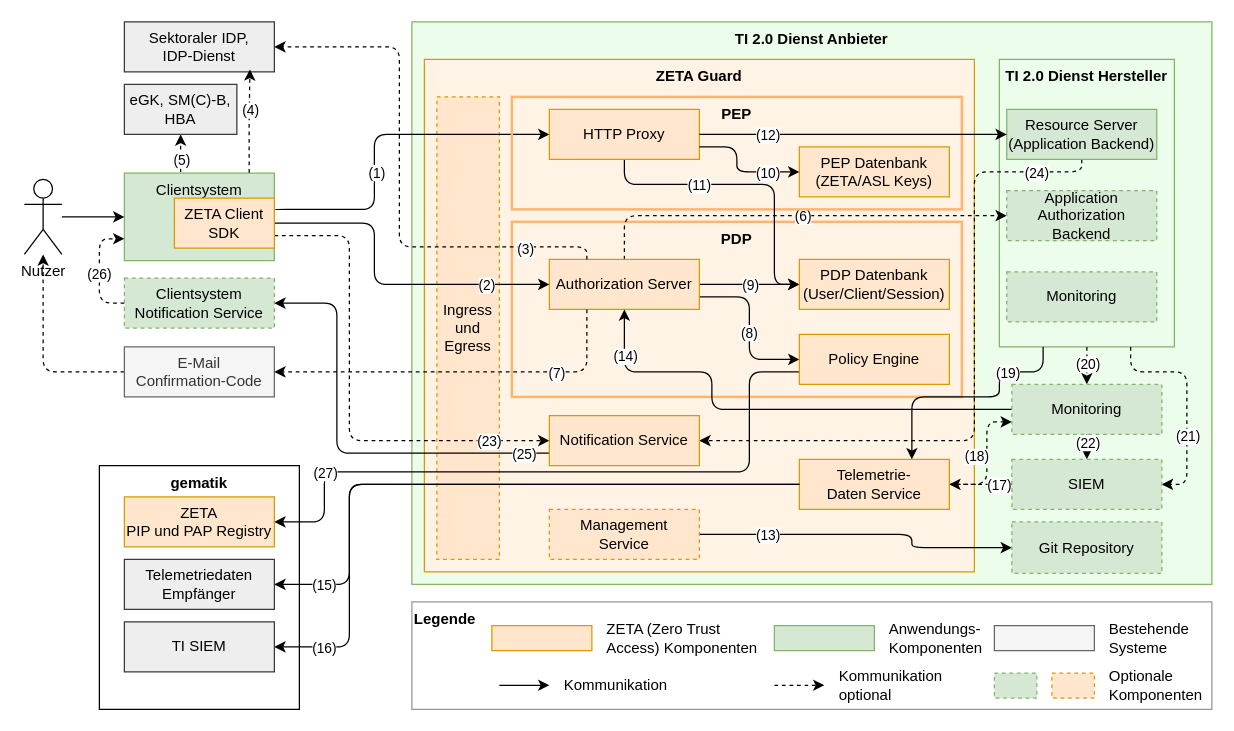
gematik/zeta keeps this draw.io diagram as src/drawio/Zero-Trust-Architektur.drawio. Above is the earlier version. Source tidied: cells renumbered, new cells numbered last; positions are measured from the earlier drawing's top-left corner, leaving out a move shared by most shapes. Both pictures are drawn from the tidied source at 125%, with x=0, y=0 at pixel (24, 21).
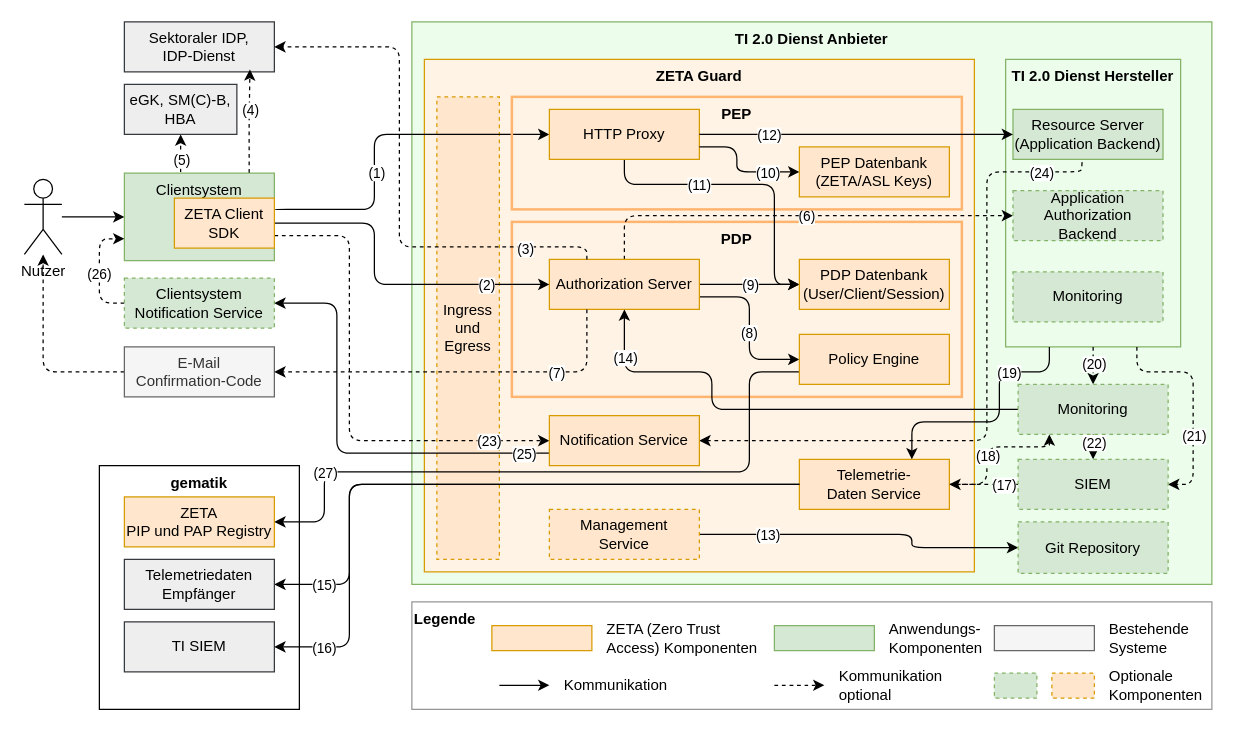
Above is the later version.

Commit message:
chore: Adjust dimensions and positions in Zero-Trust architecture diagram for improved layout

The change refers to these unchanged cells:
```xml
<mxCell id="28" value="Telemetrie-Daten&amp;nbsp;&lt;span style=&quot;background-color: initial;&quot;&gt;Service&lt;/span&gt;" style="rounded=0;whiteSpace=wrap;html=1;fillColor=#ffe6cc;strokeColor=#d79b00;" parent="1" vertex="1">
  <mxGeometry x="620" y="350" width="120" height="40" as="geometry" />
</mxCell>
<mxCell id="53" style="edgeStyle=orthogonalEdgeStyle;rounded=1;jettySize=auto;html=1;entryX=1;entryY=0.5;entryDx=0;entryDy=0;dashed=1;curved=0;exitX=0;exitY=0.5;exitDx=0;exitDy=0;startArrow=none;startFill=0;" parent="1" edge="1" source="92" target="28">
  <mxGeometry relative="1" as="geometry">
    <Array as="points">
      <mxPoint x="780" y="370" />
      <mxPoint x="780" y="370" />
    </Array>
  </mxGeometry>
</mxCell>
<mxCell id="95" value="&lt;div&gt;Notification Service&lt;/div&gt;" style="rounded=0;whiteSpace=wrap;html=1;fillColor=#ffe6cc;strokeColor=#d79b00;" parent="1" vertex="1">
  <mxGeometry x="420" y="315" width="120" height="40" as="geometry" />
</mxCell>
```

The edit, as a diff of the source:
```diff
@@
     <mxCell id="3" value="&lt;b&gt;TI 2.0 Dienst Hersteller&lt;/b&gt;" style="rounded=0;whiteSpace=wrap;html=1;fillColor=#edfdec;strokeColor=#82b366;align=center;verticalAlign=top;" parent="1" vertex="1">
-      <mxGeometry x="780" y="30" width="140" height="230" as="geometry" />
+      <mxGeometry x="785" y="30" width="140" height="230" as="geometry" />
     </mxCell>
@@
     <mxCell id="19" style="edgeStyle=orthogonalEdgeStyle;rounded=1;jettySize=auto;html=1;entryX=1;entryY=0.5;entryDx=0;entryDy=0;curved=0;exitX=0.75;exitY=1;exitDx=0;exitDy=0;dashed=1;" parent="1" edge="1" source="3" target="92">
       <mxGeometry relative="1" as="geometry">
         <Array as="points">
-          <mxPoint x="885" y="280" />
-          <mxPoint x="930" y="280" />
-          <mxPoint x="930" y="370" />
+          <mxPoint x="890" y="280" />
+          <mxPoint x="935" y="280" />
+          <mxPoint x="935" y="370" />
         </Array>
       </mxGeometry>
     </mxCell>
@@
     <mxCell id="21" style="edgeStyle=orthogonalEdgeStyle;rounded=1;jettySize=auto;html=1;entryX=1;entryY=0.5;entryDx=0;entryDy=0;exitX=0.5;exitY=1;exitDx=0;exitDy=0;curved=0;dashed=1;" parent="1" edge="1" source="23" target="95">
       <mxGeometry relative="1" as="geometry">
         <Array as="points">
+          <mxPoint x="846" y="110" />
           <mxPoint x="846" y="120" />
-          <mxPoint x="760" y="120" />
-          <mxPoint x="760" y="335" />
+          <mxPoint x="770" y="120" />
+          <mxPoint x="770" y="335" />
         </Array>
       </mxGeometry>
     </mxCell>
@@
     <mxCell id="23" value="&lt;div&gt;Resource Server&lt;/div&gt;&lt;div&gt;(Application Backend)&lt;/div&gt;" style="rounded=0;whiteSpace=wrap;html=1;fillColor=#d5e8d4;strokeColor=#82b366;" parent="1" vertex="1">
-      <mxGeometry x="785.9" y="70" width="120" height="40" as="geometry" />
+      <mxGeometry x="790.9" y="70" width="120" height="40" as="geometry" />
     </mxCell>
@@
     <mxCell id="26" value="&lt;div&gt;Application Authorization Backend&lt;/div&gt;" style="rounded=0;whiteSpace=wrap;html=1;fillColor=#d5e8d4;strokeColor=#82b366;dashed=1;" parent="1" vertex="1">
-      <mxGeometry x="785.9" y="135" width="120" height="40" as="geometry" />
+      <mxGeometry x="790.9" y="135" width="120" height="40" as="geometry" />
     </mxCell>
-    <mxCell id="27" style="edgeStyle=orthogonalEdgeStyle;rounded=1;jettySize=auto;html=1;startArrow=none;startFill=0;entryX=0;entryY=0.75;entryDx=0;entryDy=0;curved=0;exitX=1;exitY=0.5;exitDx=0;exitDy=0;dashed=1;" parent="1" edge="1" source="28" target="34">
+    <mxCell id="27" style="edgeStyle=orthogonalEdgeStyle;rounded=1;jettySize=auto;html=1;startArrow=none;startFill=0;entryX=0.208;entryY=1;entryDx=0;entryDy=0;curved=0;exitX=1;exitY=0.5;exitDx=0;exitDy=0;dashed=1;entryPerimeter=0;" parent="1" edge="1" source="28" target="34">
       <mxGeometry relative="1" as="geometry">
         <Array as="points">
           <mxPoint x="770" y="370" />
-          <mxPoint x="770" y="320" />
+          <mxPoint x="770" y="340" />
+          <mxPoint x="820" y="340" />
         </Array>
       </mxGeometry>
     </mxCell>
@@
     <mxCell id="34" value="&lt;div&gt;Monitoring&lt;/div&gt;" style="rounded=0;whiteSpace=wrap;html=1;fillColor=#d5e8d4;strokeColor=#82b366;dashed=1;" parent="1" vertex="1">
-      <mxGeometry x="790" y="290" width="120" height="40" as="geometry" />
+      <mxGeometry x="795" y="290" width="120" height="40" as="geometry" />
     </mxCell>
@@
     <mxCell id="54" value="(18)" style="edgeLabel;html=1;align=center;verticalAlign=middle;" parent="53" vertex="1">
       <mxGeometry x="0.2" y="1" relative="1" as="geometry">
-        <mxPoint x="1" y="-24" as="offset" />
+        <mxPoint x="8" y="-24" as="offset" />
       </mxGeometry>
     </mxCell>
@@
     <mxCell id="61" value="Git&amp;nbsp;&lt;span style=&quot;background-color: initial;&quot;&gt;Repository&lt;/span&gt;" style="rounded=0;whiteSpace=wrap;html=1;fillColor=#d5e8d4;strokeColor=#82b366;dashed=1;" parent="1" vertex="1">
-      <mxGeometry x="790" y="400" width="120" height="41.2" as="geometry" />
+      <mxGeometry x="795" y="400" width="120" height="41.2" as="geometry" />
     </mxCell>
@@
     <mxCell id="92" value="&lt;div&gt;SIEM&lt;/div&gt;" style="rounded=0;whiteSpace=wrap;html=1;fillColor=#d5e8d4;strokeColor=#82b366;dashed=1;" parent="1" vertex="1">
-      <mxGeometry x="790" y="350" width="120" height="40" as="geometry" />
+      <mxGeometry x="795" y="350" width="120" height="40" as="geometry" />
     </mxCell>
@@
     <mxCell id="99" style="edgeStyle=orthogonalEdgeStyle;rounded=1;jettySize=auto;html=1;entryX=0.75;entryY=0;entryDx=0;entryDy=0;curved=0;exitX=0.25;exitY=1;exitDx=0;exitDy=0;" parent="1" edge="1" source="3" target="28">
       <mxGeometry relative="1" as="geometry">
         <Array as="points">
-          <mxPoint x="815" y="280" />
+          <mxPoint x="820" y="280" />
           <mxPoint x="780" y="280" />
-          <mxPoint x="780" y="300" />
-          <mxPoint x="710" y="300" />
+          <mxPoint x="780" y="320" />
+          <mxPoint x="710" y="320" />
         </Array>
       </mxGeometry>
     </mxCell>
@@
     <mxCell id="101" value="&lt;div&gt;Monitoring&lt;/div&gt;" style="rounded=0;whiteSpace=wrap;html=1;fillColor=#d5e8d4;strokeColor=#82b366;dashed=1;" parent="1" vertex="1">
-      <mxGeometry x="785.9" y="200" width="120" height="40" as="geometry" />
+      <mxGeometry x="790.9" y="200" width="120" height="40" as="geometry" />
     </mxCell>
```
